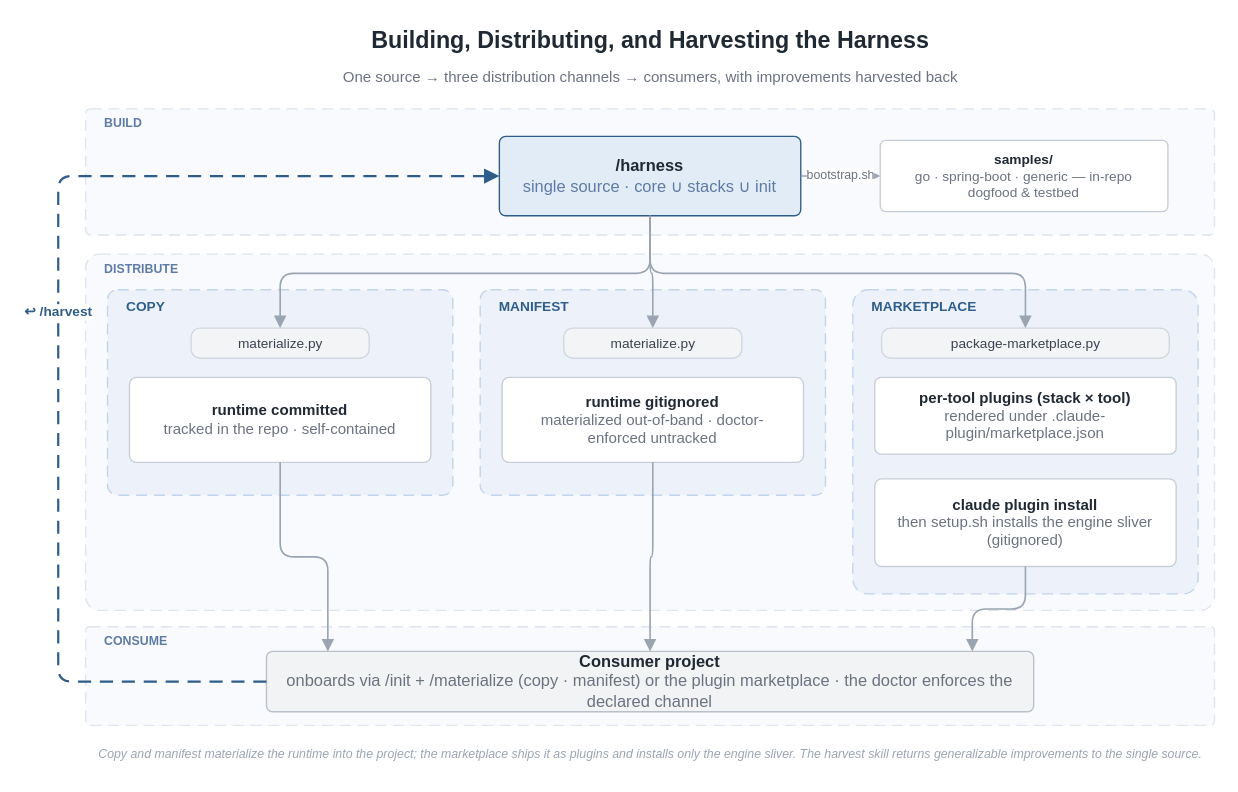
This is docs/images/harness-lifecycle.drawio from woditschka/agentic-coding-reference, a draw.io file, before an edit. Source tidied: cells renumbered, new cells numbered last; positions are measured from the earlier drawing's top-left corner, leaving out a move shared by most shapes. Both pictures are drawn from the tidied source at 137%, with x=0, y=0 at pixel (58, 23).
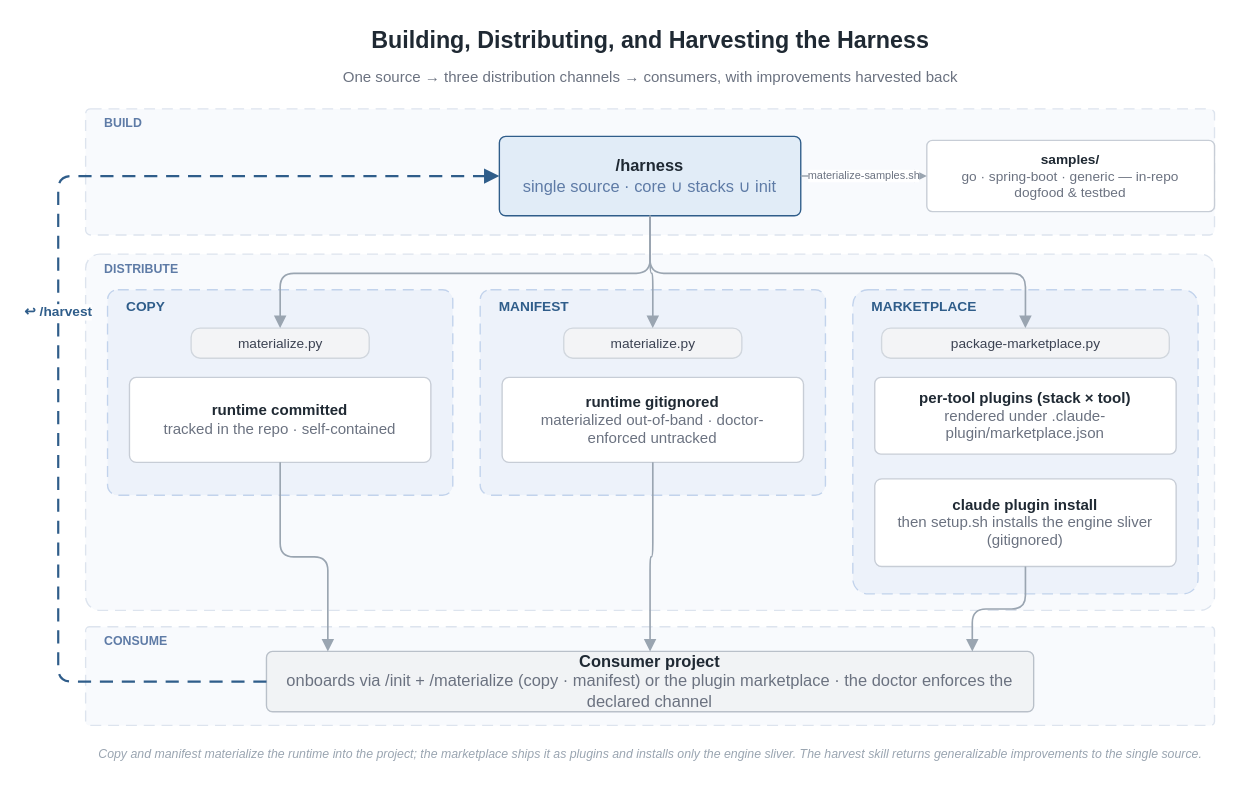
After the change.

Commit message (it also covers changes not shown here):
docs: relabel lifecycle diagram bootstrap edge

The harness-lifecycle figure labeled the samples build edge bootstrap.sh,
stale after the producer-side rename. Relabel it materialize-samples.sh;
widen the /harness→samples gap and drop the edge-label font a point so
the longer label fits on the connector without collision. Re-export the
embedded-XML PNG. Only diagram with a stale name; embeddings unchanged.

See docs/adr/2026-07-18-producer-script-naming.md.

The change refers to these unchanged cells:
```xml
<mxCell id="10" value="&lt;b&gt;/harness&lt;/b&gt;&lt;br&gt;&lt;font color=&quot;#5E7BA6&quot;&gt;single source · core ∪ stacks ∪ init&lt;/font&gt;" style="rounded=1;arcSize=8;whiteSpace=wrap;html=1;fillColor=#E1ECF7;strokeColor=#2F5D8A;fontSize=12;fontColor=#1F2933;verticalAlign=middle;spacingLeft=8;spacingRight=8;" parent="1" vertex="1">
  <mxGeometry x="322" y="82" width="220" height="58" as="geometry" />
</mxCell>
```

What changed in the source:
```diff
@@
     <mxCell id="11" value="&lt;b&gt;samples/&lt;/b&gt;&lt;br&gt;&lt;font color=&quot;#6B7280&quot;&gt;go · spring-boot · generic — in-repo dogfood &amp;amp; testbed&lt;/font&gt;" style="rounded=1;arcSize=8;whiteSpace=wrap;html=1;fillColor=#FFFFFF;strokeColor=#C7CDD6;fontSize=10;fontColor=#1F2933;verticalAlign=middle;spacingLeft=8;spacingRight=8;" parent="1" vertex="1">
-      <mxGeometry x="600" y="85" width="210" height="52" as="geometry" />
+      <mxGeometry x="634" y="85" width="210" height="52" as="geometry" />
     </mxCell>
@@
-    <mxCell id="23" value="bootstrap.sh" style="edgeStyle=orthogonalEdgeStyle;rounded=1;html=1;endArrow=block;endSize=6;strokeColor=#9AA5B1;strokeWidth=1.2;fontSize=9;fontColor=#6B7280;labelBackgroundColor=#FFFFFF;exitX=1;exitY=0.5;entryX=0;entryY=0.5;" parent="1" edge="1" source="10" target="11">
+    <mxCell id="23" value="materialize-samples.sh" style="edgeStyle=orthogonalEdgeStyle;rounded=1;html=1;endArrow=block;endSize=6;strokeColor=#9AA5B1;strokeWidth=1.2;fontSize=8;fontColor=#6B7280;labelBackgroundColor=#FFFFFF;exitX=1;exitY=0.5;entryX=0;entryY=0.5;" parent="1" edge="1" source="10" target="11">
       <mxGeometry relative="1" as="geometry" />
     </mxCell>
```
